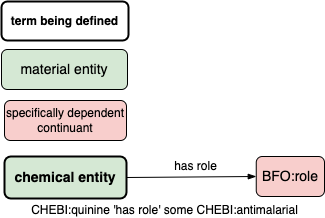
Before: src/ontology/diagrams/chebi-roles.png, a diagram exported from draw.io (VEuPathDB-ontology/VEuPathDB-ontology). Source tidied: cells renumbered, new cells last; positions are measured from the earlier drawing's top-left corner, leaving out a move shared by most shapes.
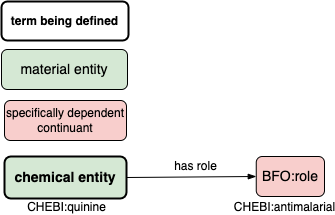
The same diagram one commit later.

Diff of the diagram source:
```diff
@@ -16,11 +16,16 @@
         <mxPoint x="12" y="-10" as="offset" />
       </mxGeometry>
     </mxCell>
-    <mxCell id="6" value="CHEBI:quinine 'has role' some CHEBI:antimalarial" style="edgeLabel;html=1;align=center;verticalAlign=middle;fontSize=12;fontColor=#000000;" parent="4" vertex="1">
-      <mxGeometry x="-0.12" y="1" relative="1" as="geometry">
-        <mxPoint x="-19" y="34" as="offset" />
-      </mxGeometry>
-    </mxCell>
+    <mxCell id="10" value="CHEBI:quinine" style="edgeLabel;html=1;align=center;verticalAlign=middle;fontSize=12;fontColor=#000000;" parent="4" vertex="1">
+      <mxGeometry x="-0.12" y="1" relative="1" as="geometry">
+        <mxPoint x="-117" y="31" as="offset" />
+      </mxGeometry>
+    </mxCell>
+    <mxCell id="11" value="CHEBI:antimalarial" style="edgeLabel;html=1;align=center;verticalAlign=middle;fontSize=12;fontColor=#000000;" parent="4" vertex="1">
+      <mxGeometry x="-0.12" y="1" relative="1" as="geometry">
+        <mxPoint x="101" y="31" as="offset" />
+      </mxGeometry>
+    </mxCell>
     <mxCell id="7" value="specifically dependent continuant" style="rounded=1;whiteSpace=wrap;html=1;fillColor=#f8cecc;strokeColor=#000000;fontStyle=0;labelBackgroundColor=none;labelBorderColor=none;" parent="1" vertex="1">
       <mxGeometry x="3" y="99" width="122" height="40" as="geometry" />
     </mxCell>
```
